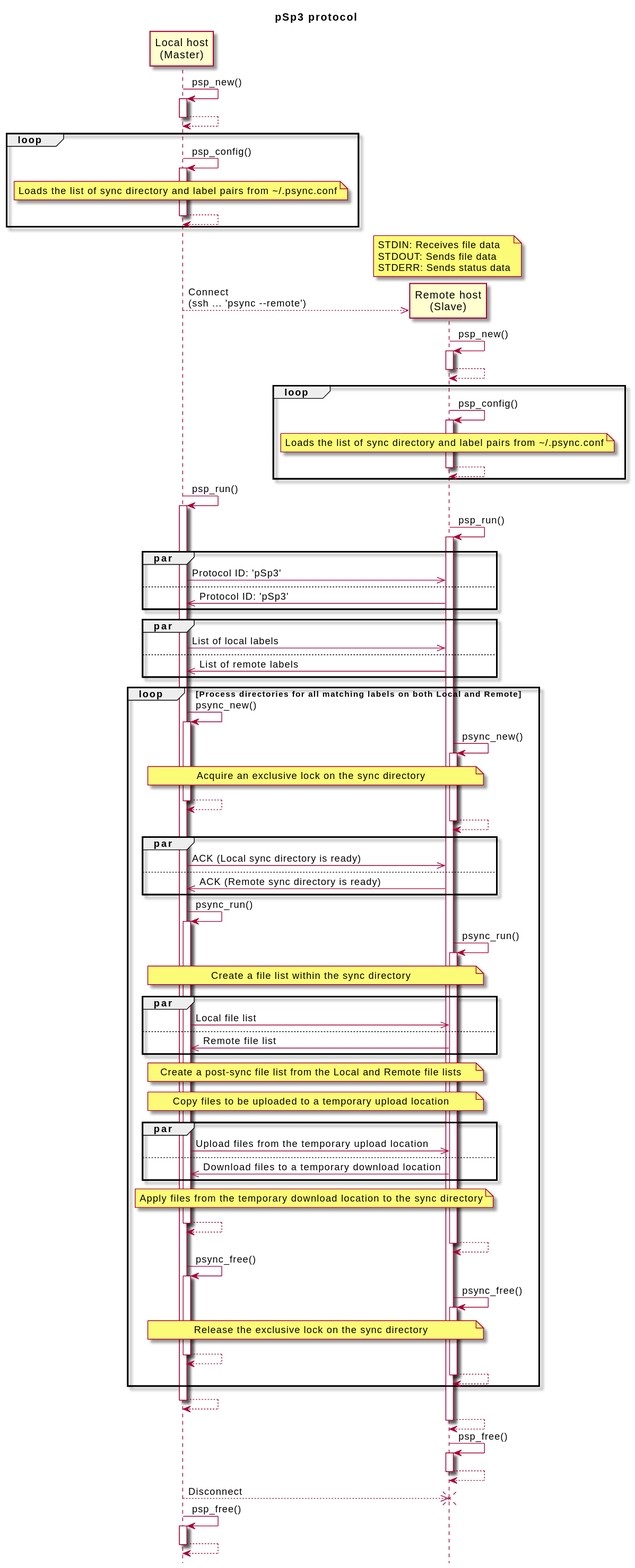
Earlier version of the PlantUML export doc/psp.svg (kobayasy/pSync).
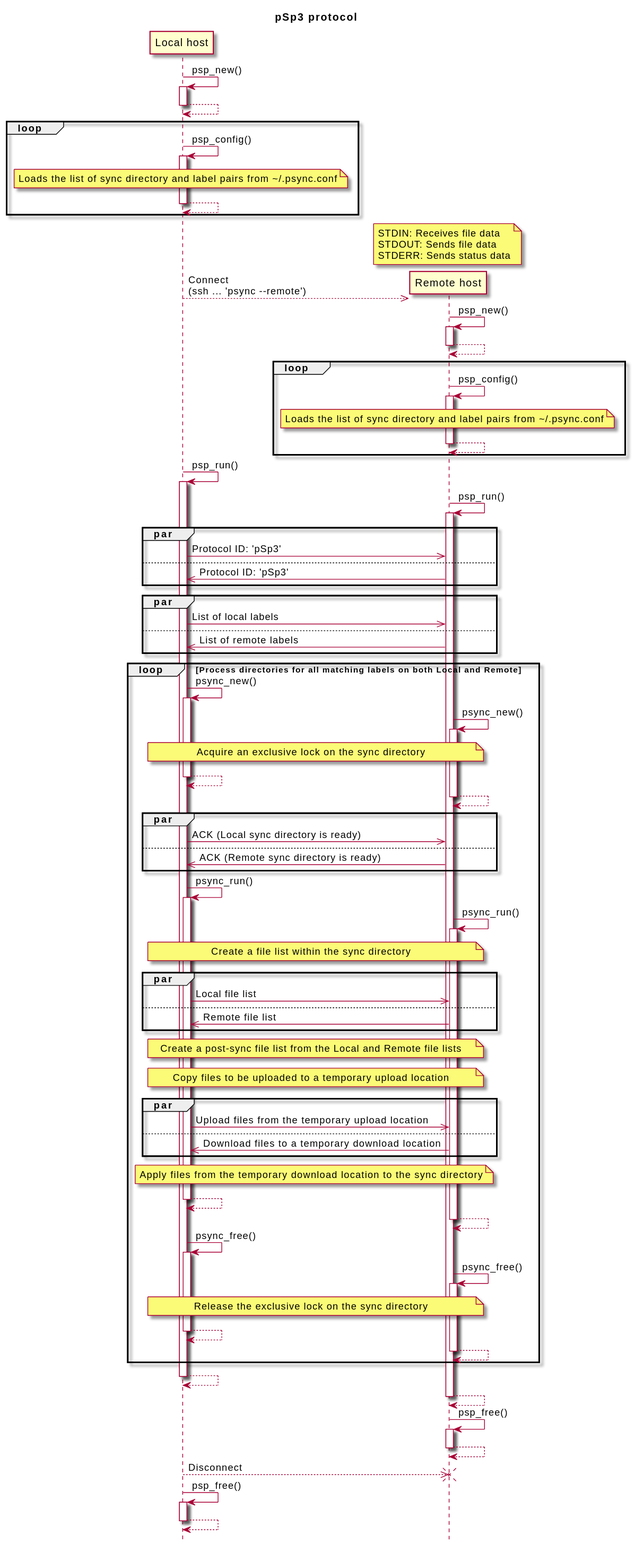
The same diagram one commit later.

The edit, as a diff of the source:
```diff
@@ -6,8 +6,8 @@
 skin rose
 hide footbox
 
-participant "Local host\n(Master)" as local
-participant "Remote host\n(Slave)" as remote
+participant "Local host" as local
+participant "Remote host" as remote
 
                 local -> local: psp_new()
                 activate local
```
